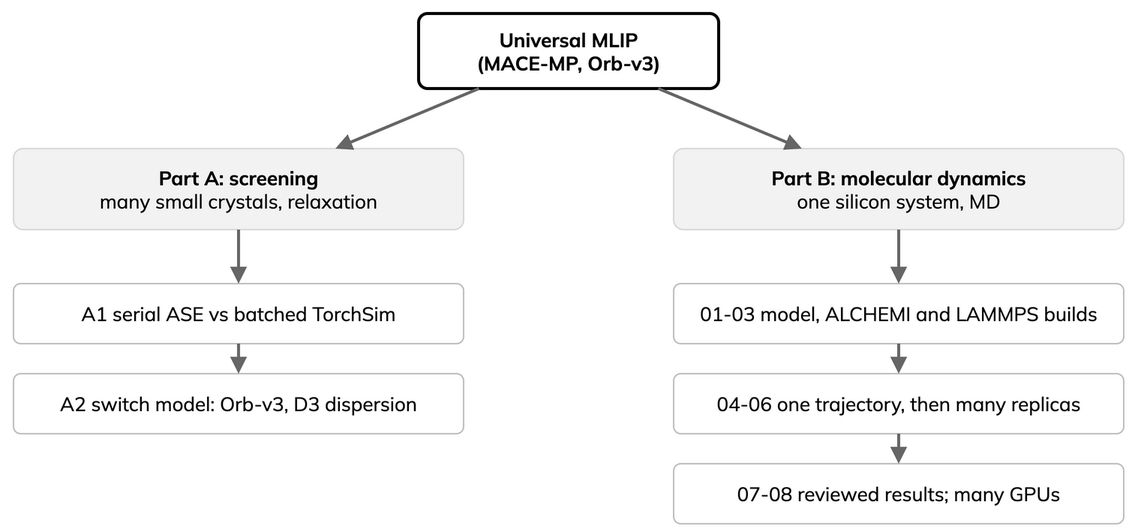
Above: _static/lesson-map.drawio.png in ENCCS/mlip-hands-on (draw.io), before the change. Source tidied: cells renumbered, new cells last; positions are measured from the earlier drawing's top-left corner, leaving out a move shared by most shapes. The source it was exported from:
```xml
<mxGraphModel>
  <root>
    <mxCell id="0" />
    <mxCell id="1" parent="0" />
    <mxCell id="2" value="Universal MLIP&lt;br&gt;(MACE-MP, Orb-v3)" style="rounded=1;arcSize=12;whiteSpace=wrap;html=1;strokeColor=#000000;strokeWidth=2;fillColor=#FFFFFF;fontStyle=1;fontFamily=Mulish;fontSize=13;" parent="1" vertex="1">
      <mxGeometry x="270" width="200" height="50" as="geometry" />
    </mxCell>
    <mxCell id="3" value="&lt;b&gt;Part A: screening&lt;/b&gt;&lt;br&gt;many small crystals, relaxation" style="rounded=1;arcSize=12;whiteSpace=wrap;html=1;strokeColor=#D9D9D9;fillColor=#F2F2F2;fontFamily=Mulish;fontSize=13;" parent="1" vertex="1">
      <mxGeometry y="90" width="300" height="54" as="geometry" />
    </mxCell>
    <mxCell id="4" value="&lt;b&gt;Part B: molecular dynamics&lt;/b&gt;&lt;br&gt;one silicon system, MD" style="rounded=1;arcSize=12;whiteSpace=wrap;html=1;strokeColor=#D9D9D9;fillColor=#F2F2F2;fontFamily=Mulish;fontSize=13;" parent="1" vertex="1">
      <mxGeometry x="440" y="90" width="300" height="54" as="geometry" />
    </mxCell>
    <mxCell id="5" value="A1 serial ASE vs batched TorchSim" style="rounded=1;arcSize=12;whiteSpace=wrap;html=1;strokeColor=#BFBFBF;fillColor=#FFFFFF;fontFamily=Mulish;fontSize=13;" parent="1" vertex="1">
      <mxGeometry y="180" width="300" height="40" as="geometry" />
    </mxCell>
    <mxCell id="6" value="A2 switch model: Orb-v3, D3 dispersion" style="rounded=1;arcSize=12;whiteSpace=wrap;html=1;strokeColor=#BFBFBF;fillColor=#FFFFFF;fontFamily=Mulish;fontSize=13;" parent="1" vertex="1">
      <mxGeometry y="240" width="300" height="40" as="geometry" />
    </mxCell>
    <mxCell id="7" value="01-03 model, ALCHEMI and LAMMPS builds" style="rounded=1;arcSize=12;whiteSpace=wrap;html=1;strokeColor=#BFBFBF;fillColor=#FFFFFF;fontFamily=Mulish;fontSize=13;" parent="1" vertex="1">
      <mxGeometry x="440" y="180" width="300" height="40" as="geometry" />
    </mxCell>
    <mxCell id="8" value="04-06 one trajectory, then many replicas" style="rounded=1;arcSize=12;whiteSpace=wrap;html=1;strokeColor=#BFBFBF;fillColor=#FFFFFF;fontFamily=Mulish;fontSize=13;" parent="1" vertex="1">
      <mxGeometry x="440" y="240" width="300" height="40" as="geometry" />
    </mxCell>
    <mxCell id="9" value="07-08 reviewed results; many GPUs" style="rounded=1;arcSize=12;whiteSpace=wrap;html=1;strokeColor=#BFBFBF;fillColor=#FFFFFF;fontFamily=Mulish;fontSize=13;" parent="1" vertex="1">
      <mxGeometry x="440" y="300" width="300" height="40" as="geometry" />
    </mxCell>
    <mxCell id="10" style="endArrow=block;endFill=1;strokeColor=#666666;strokeWidth=2;html=1;fontFamily=Mulish;fontSize=12;" parent="1" edge="1" source="2" target="3">
      <mxGeometry relative="1" as="geometry" />
    </mxCell>
    <mxCell id="11" style="endArrow=block;endFill=1;strokeColor=#666666;strokeWidth=2;html=1;fontFamily=Mulish;fontSize=12;" parent="1" edge="1" source="2" target="4">
      <mxGeometry relative="1" as="geometry" />
    </mxCell>
    <mxCell id="12" style="endArrow=block;endFill=1;strokeColor=#666666;strokeWidth=2;html=1;fontFamily=Mulish;fontSize=12;" parent="1" edge="1" source="3" target="5">
      <mxGeometry relative="1" as="geometry" />
    </mxCell>
    <mxCell id="13" style="endArrow=block;endFill=1;strokeColor=#666666;strokeWidth=2;html=1;fontFamily=Mulish;fontSize=12;" parent="1" edge="1" source="5" target="6">
      <mxGeometry relative="1" as="geometry" />
    </mxCell>
    <mxCell id="14" style="endArrow=block;endFill=1;strokeColor=#666666;strokeWidth=2;html=1;fontFamily=Mulish;fontSize=12;" parent="1" edge="1" source="4" target="7">
      <mxGeometry relative="1" as="geometry" />
    </mxCell>
    <mxCell id="15" style="endArrow=block;endFill=1;strokeColor=#666666;strokeWidth=2;html=1;fontFamily=Mulish;fontSize=12;" parent="1" edge="1" source="7" target="8">
      <mxGeometry relative="1" as="geometry" />
    </mxCell>
    <mxCell id="16" style="endArrow=block;endFill=1;strokeColor=#666666;strokeWidth=2;html=1;fontFamily=Mulish;fontSize=12;" parent="1" edge="1" source="8" target="9">
      <mxGeometry relative="1" as="geometry" />
    </mxCell>
  </root>
</mxGraphModel>
```
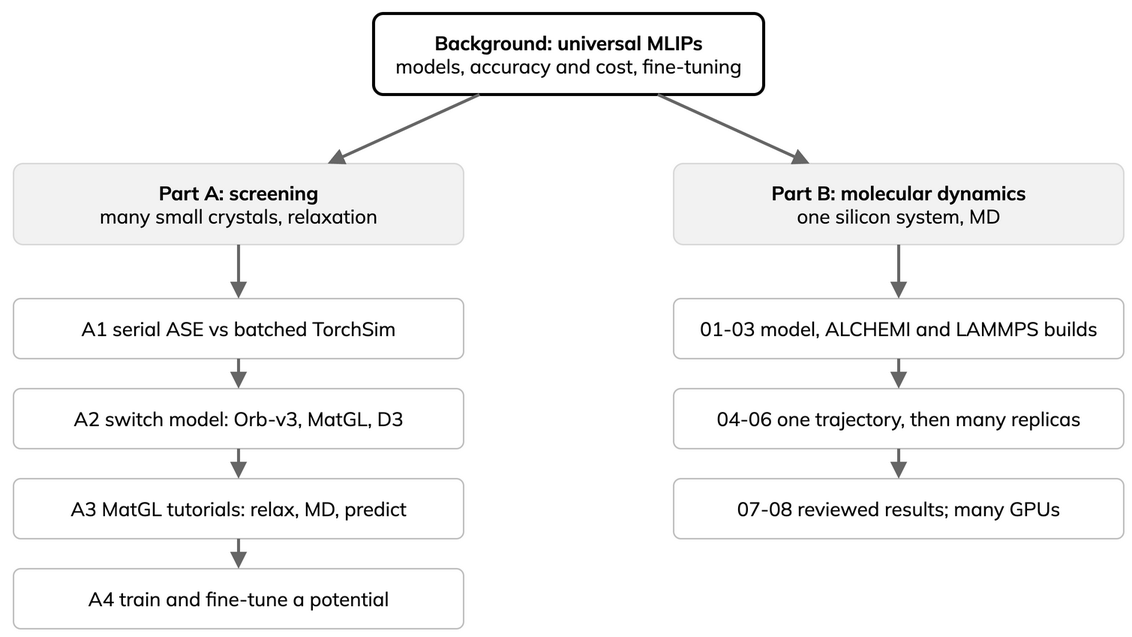
Later version of the same file.

Commit message:
Add MatGL and training pages

The edit, as a diff of the source:
```diff
@@ -2,50 +2,62 @@
   <root>
     <mxCell id="0" />
     <mxCell id="1" parent="0" />
-    <mxCell id="2" value="Universal MLIP&lt;br&gt;(MACE-MP, Orb-v3)" style="rounded=1;arcSize=12;whiteSpace=wrap;html=1;strokeColor=#000000;strokeWidth=2;fillColor=#FFFFFF;fontStyle=1;fontFamily=Mulish;fontSize=13;" parent="1" vertex="1">
-      <mxGeometry x="270" width="200" height="50" as="geometry" />
-    </mxCell>
+    <mxCell id="17" value="&lt;b&gt;Background: universal MLIPs&lt;/b&gt;&lt;br&gt;models, accuracy and cost, fine-tuning" style="rounded=1;arcSize=12;whiteSpace=wrap;html=1;fontFamily=Mulish;fontSize=13;strokeColor=#000000;strokeWidth=2;fillColor=#FFFFFF;" parent="1" vertex="1">
+      <mxGeometry x="240" y="-10" width="260" height="54" as="geometry" />
+    </mxCell>
-    <mxCell id="3" value="&lt;b&gt;Part A: screening&lt;/b&gt;&lt;br&gt;many small crystals, relaxation" style="rounded=1;arcSize=12;whiteSpace=wrap;html=1;strokeColor=#D9D9D9;fillColor=#F2F2F2;fontFamily=Mulish;fontSize=13;" parent="1" vertex="1">
+    <mxCell id="3" value="&lt;b&gt;Part A: screening&lt;/b&gt;&lt;br&gt;many small crystals, relaxation" style="rounded=1;arcSize=12;whiteSpace=wrap;html=1;fontFamily=Mulish;fontSize=13;strokeColor=#D9D9D9;fillColor=#F2F2F2;" parent="1" vertex="1">
       <mxGeometry y="90" width="300" height="54" as="geometry" />
     </mxCell>
-    <mxCell id="4" value="&lt;b&gt;Part B: molecular dynamics&lt;/b&gt;&lt;br&gt;one silicon system, MD" style="rounded=1;arcSize=12;whiteSpace=wrap;html=1;strokeColor=#D9D9D9;fillColor=#F2F2F2;fontFamily=Mulish;fontSize=13;" parent="1" vertex="1">
+    <mxCell id="4" value="&lt;b&gt;Part B: molecular dynamics&lt;/b&gt;&lt;br&gt;one silicon system, MD" style="rounded=1;arcSize=12;whiteSpace=wrap;html=1;fontFamily=Mulish;fontSize=13;strokeColor=#D9D9D9;fillColor=#F2F2F2;" parent="1" vertex="1">
       <mxGeometry x="440" y="90" width="300" height="54" as="geometry" />
     </mxCell>
-    <mxCell id="5" value="A1 serial ASE vs batched TorchSim" style="rounded=1;arcSize=12;whiteSpace=wrap;html=1;strokeColor=#BFBFBF;fillColor=#FFFFFF;fontFamily=Mulish;fontSize=13;" parent="1" vertex="1">
+    <mxCell id="5" value="A1 serial ASE vs batched TorchSim" style="rounded=1;arcSize=12;whiteSpace=wrap;html=1;fontFamily=Mulish;fontSize=13;strokeColor=#BFBFBF;fillColor=#FFFFFF;" parent="1" vertex="1">
       <mxGeometry y="180" width="300" height="40" as="geometry" />
     </mxCell>
-    <mxCell id="6" value="A2 switch model: Orb-v3, D3 dispersion" style="rounded=1;arcSize=12;whiteSpace=wrap;html=1;strokeColor=#BFBFBF;fillColor=#FFFFFF;fontFamily=Mulish;fontSize=13;" parent="1" vertex="1">
+    <mxCell id="6" value="A2 switch model: Orb-v3, MatGL, D3" style="rounded=1;arcSize=12;whiteSpace=wrap;html=1;fontFamily=Mulish;fontSize=13;strokeColor=#BFBFBF;fillColor=#FFFFFF;" parent="1" vertex="1">
       <mxGeometry y="240" width="300" height="40" as="geometry" />
     </mxCell>
+    <mxCell id="18" value="A3 MatGL tutorials: relax, MD, predict" style="rounded=1;arcSize=12;whiteSpace=wrap;html=1;fontFamily=Mulish;fontSize=13;strokeColor=#BFBFBF;fillColor=#FFFFFF;" parent="1" vertex="1">
+      <mxGeometry y="300" width="300" height="40" as="geometry" />
+    </mxCell>
+    <mxCell id="19" value="A4 train and fine-tune a potential" style="rounded=1;arcSize=12;whiteSpace=wrap;html=1;fontFamily=Mulish;fontSize=13;strokeColor=#BFBFBF;fillColor=#FFFFFF;" parent="1" vertex="1">
+      <mxGeometry y="360" width="300" height="40" as="geometry" />
+    </mxCell>
-    <mxCell id="7" value="01-03 model, ALCHEMI and LAMMPS builds" style="rounded=1;arcSize=12;whiteSpace=wrap;html=1;strokeColor=#BFBFBF;fillColor=#FFFFFF;fontFamily=Mulish;fontSize=13;" parent="1" vertex="1">
+    <mxCell id="7" value="01-03 model, ALCHEMI and LAMMPS builds" style="rounded=1;arcSize=12;whiteSpace=wrap;html=1;fontFamily=Mulish;fontSize=13;strokeColor=#BFBFBF;fillColor=#FFFFFF;" parent="1" vertex="1">
       <mxGeometry x="440" y="180" width="300" height="40" as="geometry" />
     </mxCell>
-    <mxCell id="8" value="04-06 one trajectory, then many replicas" style="rounded=1;arcSize=12;whiteSpace=wrap;html=1;strokeColor=#BFBFBF;fillColor=#FFFFFF;fontFamily=Mulish;fontSize=13;" parent="1" vertex="1">
+    <mxCell id="8" value="04-06 one trajectory, then many replicas" style="rounded=1;arcSize=12;whiteSpace=wrap;html=1;fontFamily=Mulish;fontSize=13;strokeColor=#BFBFBF;fillColor=#FFFFFF;" parent="1" vertex="1">
       <mxGeometry x="440" y="240" width="300" height="40" as="geometry" />
     </mxCell>
-    <mxCell id="9" value="07-08 reviewed results; many GPUs" style="rounded=1;arcSize=12;whiteSpace=wrap;html=1;strokeColor=#BFBFBF;fillColor=#FFFFFF;fontFamily=Mulish;fontSize=13;" parent="1" vertex="1">
+    <mxCell id="9" value="07-08 reviewed results; many GPUs" style="rounded=1;arcSize=12;whiteSpace=wrap;html=1;fontFamily=Mulish;fontSize=13;strokeColor=#BFBFBF;fillColor=#FFFFFF;" parent="1" vertex="1">
       <mxGeometry x="440" y="300" width="300" height="40" as="geometry" />
     </mxCell>
+    <mxCell id="20" style="endArrow=block;endFill=1;strokeColor=#666666;strokeWidth=2;html=1;fontFamily=Mulish;fontSize=12;" parent="1" edge="1" source="17" target="3">
+      <mxGeometry relative="1" as="geometry" />
+    </mxCell>
-    <mxCell id="10" style="endArrow=block;endFill=1;strokeColor=#666666;strokeWidth=2;html=1;fontFamily=Mulish;fontSize=12;" parent="1" edge="1" source="2" target="3">
+    <mxCell id="10" style="endArrow=block;endFill=1;strokeColor=#666666;strokeWidth=2;html=1;fontFamily=Mulish;fontSize=12;" parent="1" edge="1" source="17" target="4">
       <mxGeometry relative="1" as="geometry" />
     </mxCell>
-    <mxCell id="11" style="endArrow=block;endFill=1;strokeColor=#666666;strokeWidth=2;html=1;fontFamily=Mulish;fontSize=12;" parent="1" edge="1" source="2" target="4">
+    <mxCell id="11" style="endArrow=block;endFill=1;strokeColor=#666666;strokeWidth=2;html=1;fontFamily=Mulish;fontSize=12;" parent="1" edge="1" source="3" target="5">
       <mxGeometry relative="1" as="geometry" />
     </mxCell>
-    <mxCell id="12" style="endArrow=block;endFill=1;strokeColor=#666666;strokeWidth=2;html=1;fontFamily=Mulish;fontSize=12;" parent="1" edge="1" source="3" target="5">
+    <mxCell id="12" style="endArrow=block;endFill=1;strokeColor=#666666;strokeWidth=2;html=1;fontFamily=Mulish;fontSize=12;" parent="1" edge="1" source="5" target="6">
       <mxGeometry relative="1" as="geometry" />
     </mxCell>
-    <mxCell id="13" style="endArrow=block;endFill=1;strokeColor=#666666;strokeWidth=2;html=1;fontFamily=Mulish;fontSize=12;" parent="1" edge="1" source="5" target="6">
+    <mxCell id="13" style="endArrow=block;endFill=1;strokeColor=#666666;strokeWidth=2;html=1;fontFamily=Mulish;fontSize=12;" parent="1" edge="1" source="6" target="18">
       <mxGeometry relative="1" as="geometry" />
     </mxCell>
-    <mxCell id="14" style="endArrow=block;endFill=1;strokeColor=#666666;strokeWidth=2;html=1;fontFamily=Mulish;fontSize=12;" parent="1" edge="1" source="4" target="7">
+    <mxCell id="14" style="endArrow=block;endFill=1;strokeColor=#666666;strokeWidth=2;html=1;fontFamily=Mulish;fontSize=12;" parent="1" edge="1" source="18" target="19">
       <mxGeometry relative="1" as="geometry" />
     </mxCell>
-    <mxCell id="15" style="endArrow=block;endFill=1;strokeColor=#666666;strokeWidth=2;html=1;fontFamily=Mulish;fontSize=12;" parent="1" edge="1" source="7" target="8">
+    <mxCell id="15" style="endArrow=block;endFill=1;strokeColor=#666666;strokeWidth=2;html=1;fontFamily=Mulish;fontSize=12;" parent="1" edge="1" source="4" target="7">
       <mxGeometry relative="1" as="geometry" />
     </mxCell>
-    <mxCell id="16" style="endArrow=block;endFill=1;strokeColor=#666666;strokeWidth=2;html=1;fontFamily=Mulish;fontSize=12;" parent="1" edge="1" source="8" target="9">
+    <mxCell id="16" style="endArrow=block;endFill=1;strokeColor=#666666;strokeWidth=2;html=1;fontFamily=Mulish;fontSize=12;" parent="1" edge="1" source="7" target="8">
       <mxGeometry relative="1" as="geometry" />
     </mxCell>
+    <mxCell id="21" style="endArrow=block;endFill=1;strokeColor=#666666;strokeWidth=2;html=1;fontFamily=Mulish;fontSize=12;" parent="1" edge="1" source="8" target="9">
+      <mxGeometry relative="1" as="geometry" />
+    </mxCell>
   </root>
 </mxGraphModel>
```
